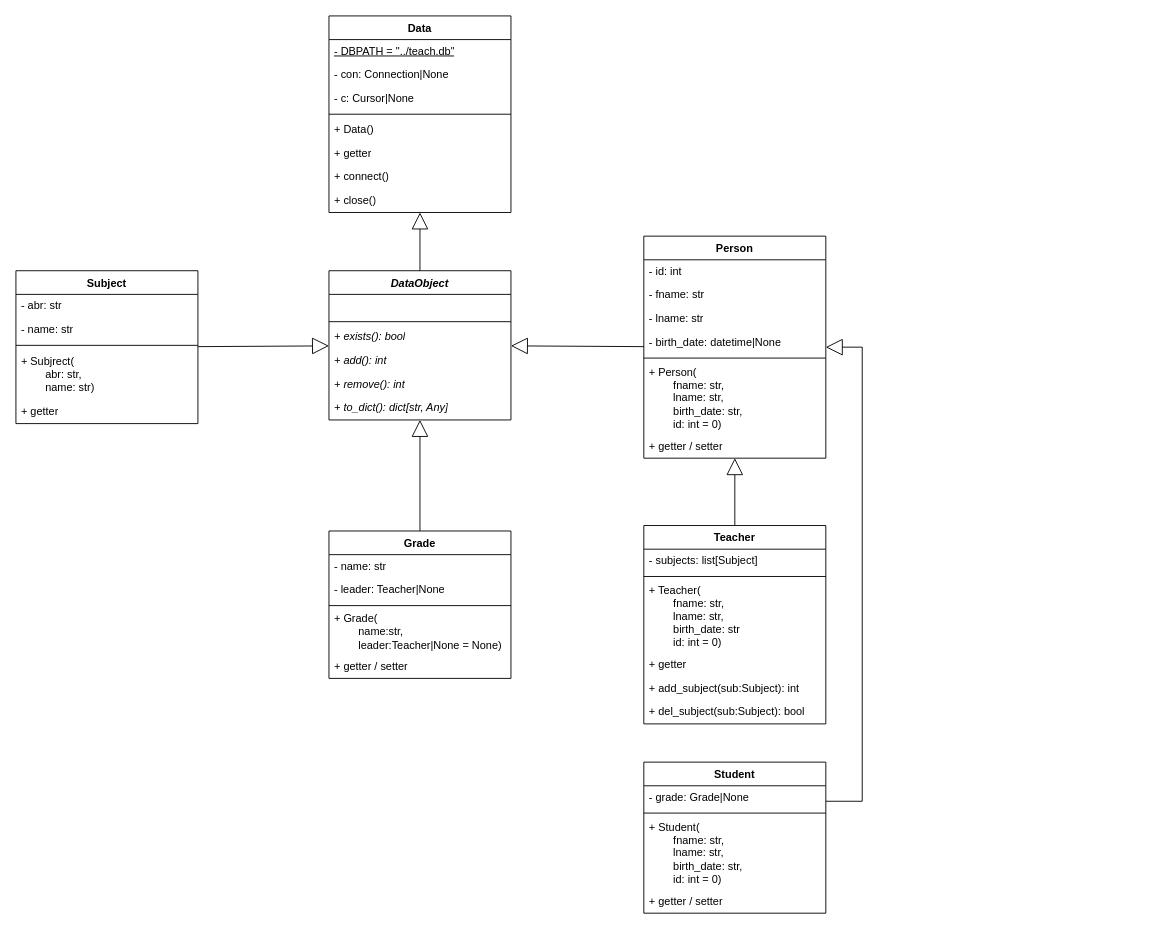
Earlier version of the draw.io diagram drafts/database.drawio (elma1989/teach). Source tidied: cells renumbered, new cells numbered last; positions are measured from the earlier drawing's top-left corner, leaving out a move shared by most shapes. Both pictures are drawn from the tidied source at 91%, with x=0, y=0 at pixel (15, 15).
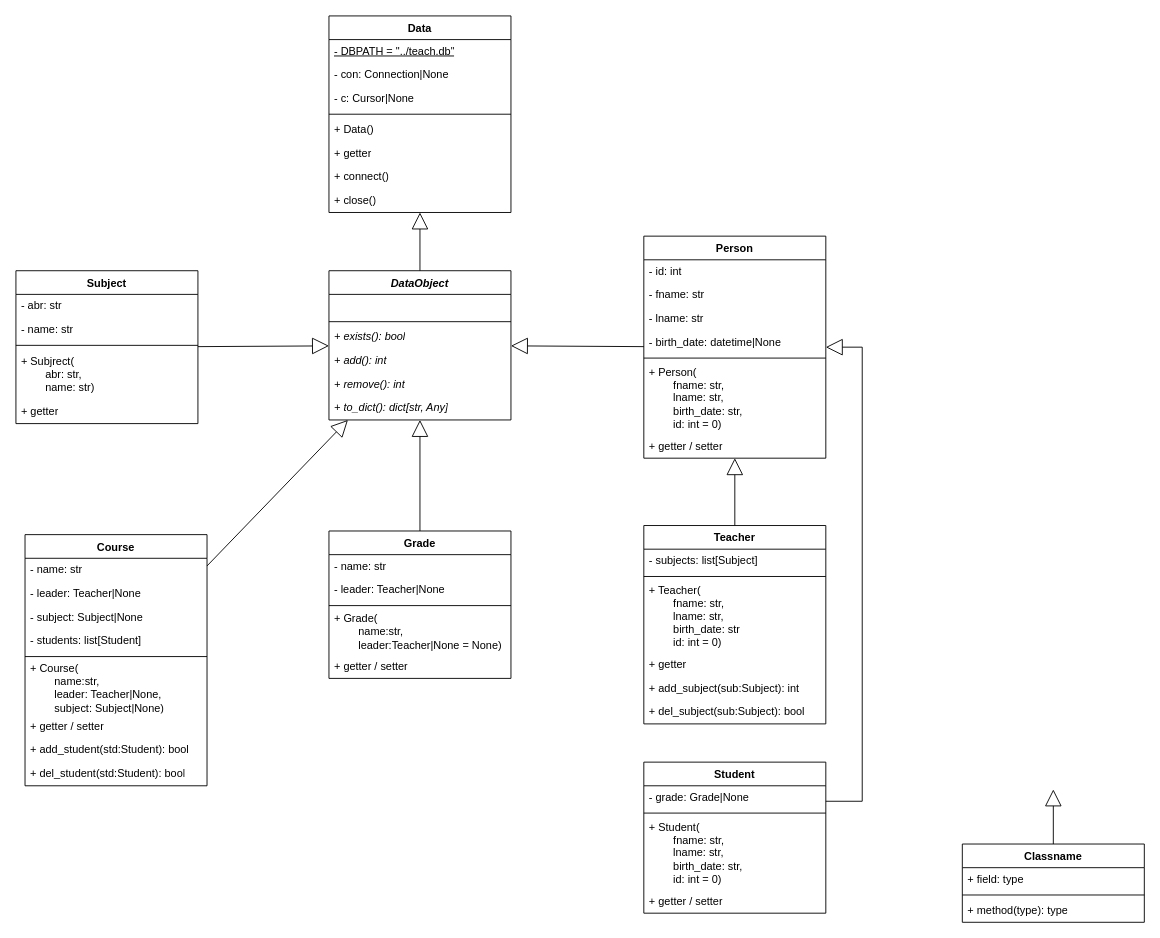
After the change.

Unchanged cells that the change refers to:
```xml
<mxCell id="16" value="DataObject" style="swimlane;fontStyle=3;align=center;verticalAlign=top;horizontal=1;startSize=26;whiteSpace=wrap;html=1;" parent="1" vertex="1">
  <mxGeometry x="344" y="280" width="200" height="164" as="geometry" />
</mxCell>
```

Diff of the diagram source:
```diff
@@
+    <mxCell id="56" value="Classname" style="swimlane;fontStyle=1;align=center;verticalAlign=top;horizontal=1;startSize=26;whiteSpace=wrap;html=1;" parent="1" vertex="1">
+      <mxGeometry x="1040" y="910" width="200" height="86" as="geometry" />
+    </mxCell>
+    <mxCell id="57" value="+ field: type" style="text;strokeColor=none;fillColor=none;align=left;verticalAlign=middle;spacingLeft=4;spacingRight=4;overflow=hidden;whiteSpace=wrap;html=1;" parent="56" vertex="1">
+      <mxGeometry y="26" width="200" height="26" as="geometry" />
+    </mxCell>
+    <mxCell id="58" style="line;strokeWidth=1;fillColor=none;align=left;verticalAlign=middle;spacingTop=-1;spacingLeft=3;spacingRight=3;labelPosition=right;strokeColor=inherit;" parent="56" vertex="1">
+      <mxGeometry y="52" width="200" height="8" as="geometry" />
+    </mxCell>
+    <mxCell id="59" value="+ method(type): type" style="text;strokeColor=none;fillColor=none;align=left;verticalAlign=middle;spacingLeft=4;spacingRight=4;overflow=hidden;whiteSpace=wrap;html=1;" parent="56" vertex="1">
+      <mxGeometry y="60" width="200" height="26" as="geometry" />
+    </mxCell>
+    <mxCell id="60" style="endArrow=block;endSize=16;endFill=0;html=1;rounded=0;" parent="1" edge="1" source="56">
+      <mxGeometry relative="1" as="geometry">
+        <mxPoint x="1140" y="850" as="targetPoint" />
+      </mxGeometry>
+    </mxCell>
+    <mxCell id="61" value="Course" style="swimlane;fontStyle=1;align=center;verticalAlign=top;horizontal=1;startSize=26;whiteSpace=wrap;html=1;" parent="1" vertex="1">
+      <mxGeometry x="10" y="570" width="200" height="276" as="geometry" />
+    </mxCell>
+    <mxCell id="62" value="- name: str" style="text;strokeColor=none;fillColor=none;align=left;verticalAlign=middle;spacingLeft=4;spacingRight=4;overflow=hidden;whiteSpace=wrap;html=1;" parent="61" vertex="1">
+      <mxGeometry y="26" width="200" height="26" as="geometry" />
+    </mxCell>
+    <mxCell id="63" value="- leader: Teacher|None" style="text;strokeColor=none;fillColor=none;align=left;verticalAlign=middle;spacingLeft=4;spacingRight=4;overflow=hidden;whiteSpace=wrap;html=1;" parent="61" vertex="1">
+      <mxGeometry y="52" width="200" height="26" as="geometry" />
+    </mxCell>
+    <mxCell id="64" value="- subject: Subject|None" style="text;strokeColor=none;fillColor=none;align=left;verticalAlign=middle;spacingLeft=4;spacingRight=4;overflow=hidden;whiteSpace=wrap;html=1;" parent="61" vertex="1">
+      <mxGeometry y="78" width="200" height="26" as="geometry" />
+    </mxCell>
+    <mxCell id="65" value="- students: list[Student]" style="text;strokeColor=none;fillColor=none;align=left;verticalAlign=middle;spacingLeft=4;spacingRight=4;overflow=hidden;whiteSpace=wrap;html=1;" parent="61" vertex="1">
+      <mxGeometry y="104" width="200" height="26" as="geometry" />
+    </mxCell>
+    <mxCell id="66" style="line;strokeWidth=1;fillColor=none;align=left;verticalAlign=middle;spacingTop=-1;spacingLeft=3;spacingRight=3;labelPosition=right;strokeColor=inherit;" parent="61" vertex="1">
+      <mxGeometry y="130" width="200" height="8" as="geometry" />
+    </mxCell>
+    <mxCell id="67" value="&lt;div&gt;+ Course(&lt;/div&gt;&lt;div&gt;&lt;span style=&quot;white-space: pre;&quot;&gt;&#9;&lt;/span&gt;name:str,&lt;/div&gt;&lt;div&gt;&lt;span style=&quot;white-space: pre;&quot;&gt;&#9;&lt;/span&gt;leader: Teacher|None,&lt;/div&gt;&lt;div&gt;&lt;span style=&quot;white-space: pre;&quot;&gt;&#9;&lt;/span&gt;subject: Subject|None)&lt;br&gt;&lt;/div&gt;" style="text;strokeColor=none;fillColor=none;align=left;verticalAlign=middle;spacingLeft=4;spacingRight=4;overflow=hidden;whiteSpace=wrap;html=1;" parent="61" vertex="1">
+      <mxGeometry y="138" width="200" height="60" as="geometry" />
+    </mxCell>
+    <mxCell id="68" value="+ getter / setter" style="text;strokeColor=none;fillColor=none;align=left;verticalAlign=middle;spacingLeft=4;spacingRight=4;overflow=hidden;whiteSpace=wrap;html=1;" parent="61" vertex="1">
+      <mxGeometry y="198" width="200" height="26" as="geometry" />
+    </mxCell>
+    <mxCell id="69" value="+ add_student(std:Student): bool" style="text;strokeColor=none;fillColor=none;align=left;verticalAlign=middle;spacingLeft=4;spacingRight=4;overflow=hidden;whiteSpace=wrap;html=1;" parent="61" vertex="1">
+      <mxGeometry y="224" width="200" height="26" as="geometry" />
+    </mxCell>
+    <mxCell id="70" value="+ del_student(std:Student): bool" style="text;strokeColor=none;fillColor=none;align=left;verticalAlign=middle;spacingLeft=4;spacingRight=4;overflow=hidden;whiteSpace=wrap;html=1;" parent="61" vertex="1">
+      <mxGeometry y="250" width="200" height="26" as="geometry" />
+    </mxCell>
+    <mxCell id="71" style="endArrow=block;endSize=16;endFill=0;html=1;rounded=0;" parent="1" edge="1" source="61" target="16">
+      <mxGeometry relative="1" as="geometry" />
+    </mxCell>
```
